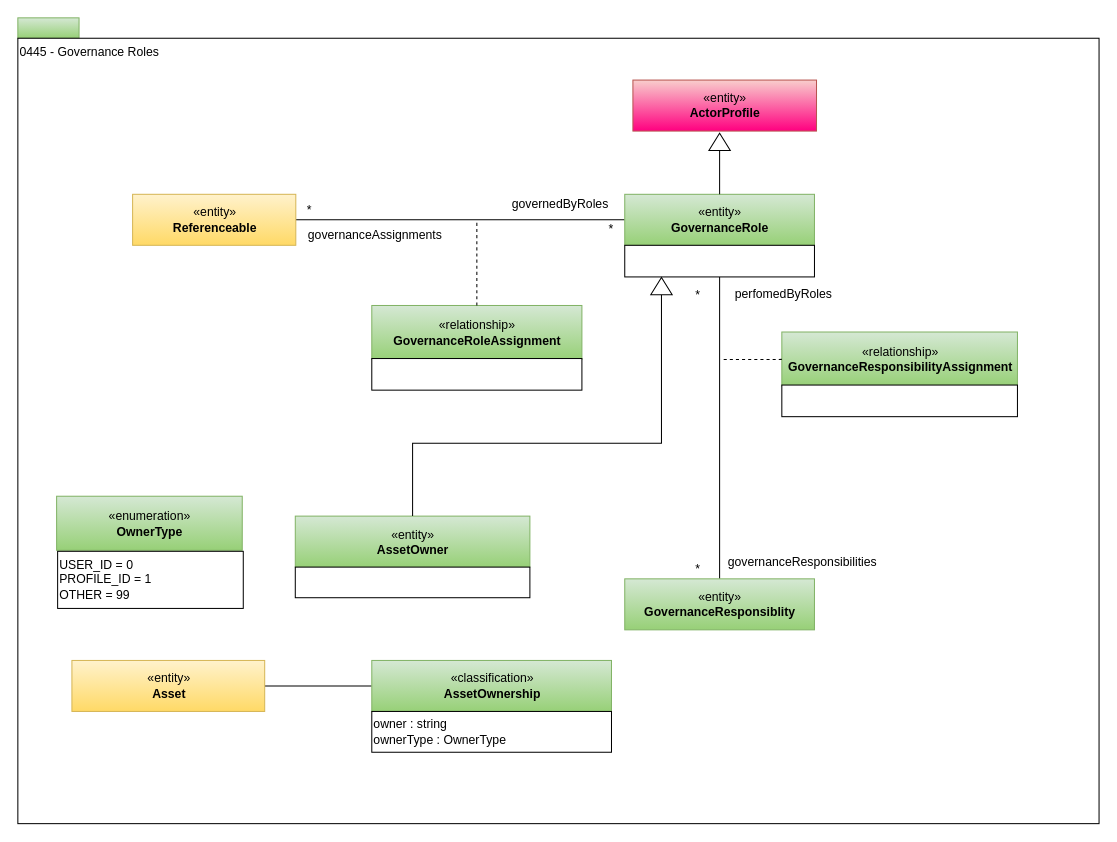
Before: page "0445-Governance-Roles" (8 of 9) of open-metadata-publication/website/open-metadata-types/area-4-governance.drawio in planetf1/egeria, a draw.io diagram. Source tidied: cells renumbered, new cells numbered last; positions are measured from the earlier drawing's top-left corner, leaving out a move shared by most shapes. Both pictures are drawn from the tidied source at 102%, with x=0, y=0 at pixel (17, 17).
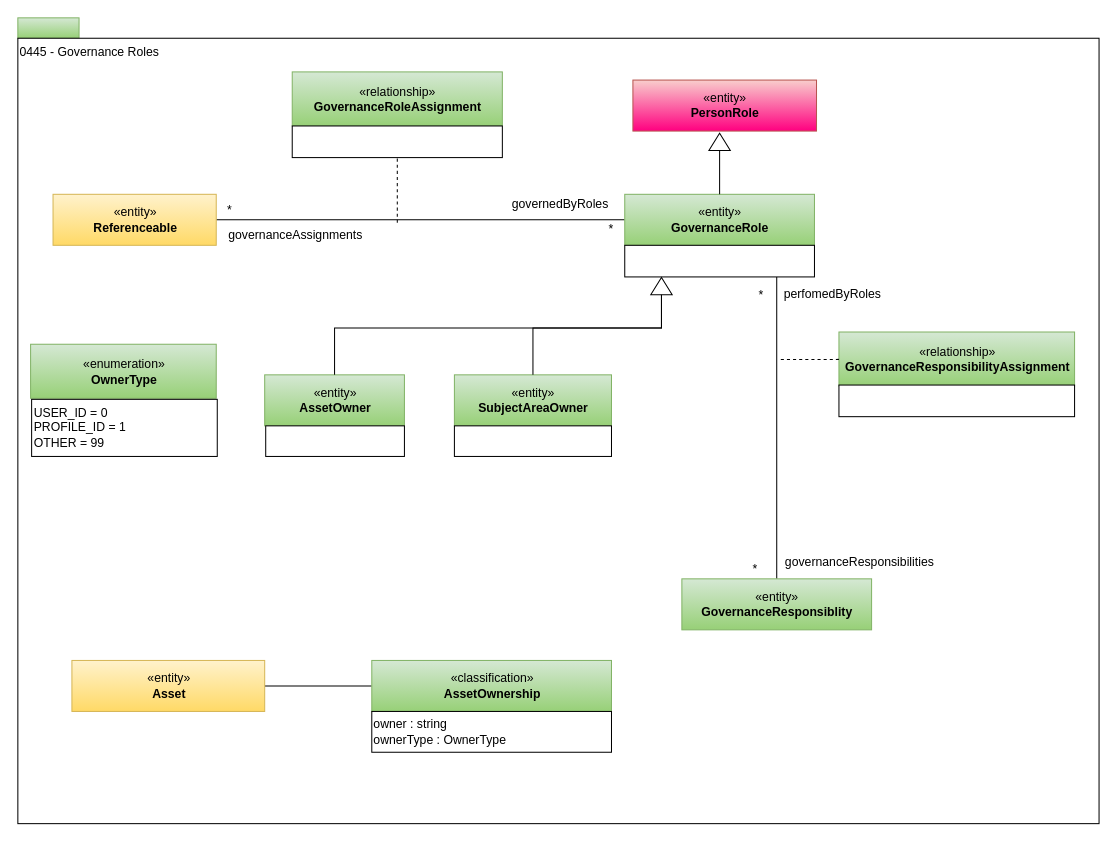
Above is the later version.

The change refers to these unchanged cells:
```xml
<mxCell id="25" style="rounded=0;whiteSpace=wrap;html=1;strokeColor=#000000;gradientColor=#ffffff;align=left;" parent="1" vertex="1">
  <mxGeometry x="595" y="223" width="186" height="31" as="geometry" />
</mxCell>
<mxCell id="30" style="triangle;whiteSpace=wrap;html=1;strokeColor=#000000;gradientColor=#ffffff;align=center;rotation=-90;" parent="1" vertex="1">
  <mxGeometry x="622.5" y="252.5" width="17" height="21" as="geometry" />
</mxCell>
```

What changed in the source:
```diff
@@
     <mxCell id="5" value="«entity»&lt;br&gt;&lt;b&gt;Referenceable&lt;/b&gt;" style="html=1;strokeColor=#d6b656;align=center;fillColor=#fff2cc;gradientColor=#ffd966;" parent="1" vertex="1">
-      <mxGeometry x="112.5" y="173" width="160" height="50" as="geometry" />
+      <mxGeometry x="34.5" y="173" width="160" height="50" as="geometry" />
     </mxCell>
@@
     <mxCell id="8" value="«relationship»&lt;br&gt;&lt;b&gt;GovernanceRoleAssignment&lt;/b&gt;" style="html=1;strokeColor=#82b366;align=center;fillColor=#d5e8d4;gradientColor=#97d077;" parent="1" vertex="1">
-      <mxGeometry x="347" y="282" width="206" height="53" as="geometry" />
+      <mxGeometry x="269" y="53" width="206" height="53" as="geometry" />
     </mxCell>
     <mxCell id="9" style="endArrow=none;dashed=1;html=1;" parent="1" edge="1" target="8">
       <mxGeometry relative="1" as="geometry">
-        <mxPoint x="450" y="201" as="sourcePoint" />
+        <mxPoint x="372" y="201" as="sourcePoint" />
       </mxGeometry>
     </mxCell>
     <mxCell id="10" style="rounded=0;whiteSpace=wrap;html=1;strokeColor=#000000;gradientColor=#ffffff;align=left;" parent="1" vertex="1">
-      <mxGeometry x="347" y="334" width="206" height="31" as="geometry" />
+      <mxGeometry x="269" y="106" width="206" height="31" as="geometry" />
     </mxCell>
@@
     <mxCell id="12" value="governanceAssignments" style="text;html=1;strokeColor=none;fillColor=none;align=center;verticalAlign=middle;whiteSpace=wrap;rounded=0;" parent="1" vertex="1">
-      <mxGeometry x="282.5" y="203" width="135" height="20" as="geometry" />
+      <mxGeometry x="204.5" y="203" width="135" height="20" as="geometry" />
     </mxCell>
     <mxCell id="13" value="*" style="text;html=1;strokeColor=none;fillColor=none;align=center;verticalAlign=middle;whiteSpace=wrap;rounded=0;" parent="1" vertex="1">
-      <mxGeometry x="272.5" y="180" width="26" height="18" as="geometry" />
+      <mxGeometry x="194.5" y="180" width="26" height="18" as="geometry" />
     </mxCell>
-    <mxCell id="14" value="«entity»&lt;br&gt;&lt;b&gt;ActorProfile&lt;/b&gt;" style="html=1;strokeColor=#b85450;align=center;fillColor=#f8cecc;gradientColor=#FF0080;" parent="1" vertex="1">
+    <mxCell id="14" value="«entity»&lt;br&gt;&lt;b&gt;PersonRole&lt;/b&gt;" style="html=1;strokeColor=#b85450;align=center;fillColor=#f8cecc;gradientColor=#FF0080;" parent="1" vertex="1">
       <mxGeometry x="603" y="61" width="180" height="50" as="geometry" />
     </mxCell>
@@
-    <mxCell id="17" style="edgeStyle=orthogonalEdgeStyle;rounded=0;html=1;jettySize=auto;endArrow=none;endFill=0;" parent="1" edge="1" source="26" target="25">
-      <mxGeometry relative="1" as="geometry" />
+    <mxCell id="17" style="edgeStyle=orthogonalEdgeStyle;rounded=0;html=1;jettySize=auto;endArrow=none;endFill=0;" parent="1" edge="1" source="26">
+      <mxGeometry relative="1" as="geometry">
+        <mxPoint x="744" y="254" as="targetPoint" />
+      </mxGeometry>
     </mxCell>
     <mxCell id="18" value="*" style="text;html=1;strokeColor=none;fillColor=none;align=center;verticalAlign=middle;whiteSpace=wrap;rounded=0;" parent="1" vertex="1">
-      <mxGeometry x="653.5" y="263" width="26" height="18" as="geometry" />
+      <mxGeometry x="715.5" y="263" width="26" height="18" as="geometry" />
     </mxCell>
     <mxCell id="19" value="«relationship»&lt;br&gt;&lt;b&gt;GovernanceResponsibilityAssignment&lt;/b&gt;" style="html=1;strokeColor=#82b366;align=center;fillColor=#d5e8d4;gradientColor=#97d077;" parent="1" vertex="1">
-      <mxGeometry x="749" y="308" width="231" height="53" as="geometry" />
+      <mxGeometry x="805" y="308" width="231" height="53" as="geometry" />
     </mxCell>
     <mxCell id="20" style="endArrow=none;dashed=1;html=1;" parent="1" edge="1" target="19">
       <mxGeometry relative="1" as="geometry">
-        <mxPoint x="692" y="335" as="sourcePoint" />
+        <mxPoint x="748" y="335" as="sourcePoint" />
       </mxGeometry>
     </mxCell>
     <mxCell id="21" style="rounded=0;whiteSpace=wrap;html=1;strokeColor=#000000;gradientColor=#ffffff;align=left;" parent="1" vertex="1">
-      <mxGeometry x="749" y="360" width="231" height="31" as="geometry" />
+      <mxGeometry x="805" y="360" width="231" height="31" as="geometry" />
     </mxCell>
     <mxCell id="22" value="perfomedByRoles" style="text;html=1;strokeColor=none;fillColor=none;align=center;verticalAlign=middle;whiteSpace=wrap;rounded=0;" parent="1" vertex="1">
-      <mxGeometry x="688" y="261" width="126" height="20" as="geometry" />
+      <mxGeometry x="736" y="261" width="126" height="20" as="geometry" />
     </mxCell>
     <mxCell id="23" value="governanceResponsibilities" style="text;html=1;strokeColor=none;fillColor=none;align=center;verticalAlign=middle;whiteSpace=wrap;rounded=0;" parent="1" vertex="1">
-      <mxGeometry x="702" y="524" width="135" height="20" as="geometry" />
+      <mxGeometry x="758" y="524" width="135" height="20" as="geometry" />
     </mxCell>
     <mxCell id="24" value="*" style="text;html=1;strokeColor=none;fillColor=none;align=center;verticalAlign=middle;whiteSpace=wrap;rounded=0;" parent="1" vertex="1">
-      <mxGeometry x="653.5" y="532" width="26" height="18" as="geometry" />
+      <mxGeometry x="709.5" y="532" width="26" height="18" as="geometry" />
     </mxCell>
@@
     <mxCell id="26" value="«entity»&lt;br&gt;&lt;b&gt;GovernanceResponsiblity&lt;/b&gt;" style="html=1;strokeColor=#82b366;align=center;fillColor=#d5e8d4;gradientColor=#97d077;" parent="1" vertex="1">
-      <mxGeometry x="595" y="550" width="186" height="50" as="geometry" />
+      <mxGeometry x="651" y="550" width="186" height="50" as="geometry" />
     </mxCell>
-    <mxCell id="27" value="«entity»&lt;br&gt;&lt;b&gt;AssetOwner&lt;/b&gt;" style="html=1;strokeColor=#82b366;align=center;fillColor=#d5e8d4;gradientColor=#97d077;" parent="1" vertex="1">
-      <mxGeometry x="272" y="488.5" width="230" height="50" as="geometry" />
+    <mxCell id="27" value="«entity»&lt;br&gt;&lt;b&gt;SubjectAreaOwner&lt;/b&gt;" style="html=1;strokeColor=#82b366;align=center;fillColor=#d5e8d4;gradientColor=#97d077;" parent="1" vertex="1">
+      <mxGeometry x="428" y="350" width="154" height="50" as="geometry" />
     </mxCell>
     <mxCell id="28" style="rounded=0;whiteSpace=wrap;html=1;align=left;" parent="1" vertex="1">
-      <mxGeometry x="272" y="538.5" width="230" height="30" as="geometry" />
+      <mxGeometry x="428" y="400" width="154" height="30" as="geometry" />
     </mxCell>
     <mxCell id="29" style="edgeStyle=orthogonalEdgeStyle;rounded=0;html=1;exitX=0;exitY=0.5;entryX=0.5;entryY=0;jettySize=auto;endArrow=none;endFill=0;" parent="1" edge="1" source="30" target="27">
       <mxGeometry relative="1" as="geometry">
         <Array as="points">
-          <mxPoint x="631" y="417" />
-          <mxPoint x="387" y="417" />
+          <mxPoint x="631" y="304" />
+          <mxPoint x="505" y="304" />
         </Array>
       </mxGeometry>
     </mxCell>
@@
     <mxCell id="35" value="«enumeration»&lt;br&gt;&lt;b&gt;OwnerType&lt;/b&gt;" style="html=1;strokeColor=#82b366;align=center;fillColor=#d5e8d4;gradientColor=#97d077;" parent="1" vertex="1">
-      <mxGeometry x="38" y="469" width="182" height="53" as="geometry" />
+      <mxGeometry x="12.5" y="320" width="182" height="53" as="geometry" />
     </mxCell>
     <mxCell id="36" value="USER_ID = 0&lt;br&gt;PROFILE_ID = 1&lt;br&gt;OTHER = 99&lt;br&gt;" style="rounded=0;whiteSpace=wrap;html=1;strokeColor=#000000;gradientColor=#ffffff;align=left;" parent="1" vertex="1">
-      <mxGeometry x="39" y="523" width="182" height="56" as="geometry" />
+      <mxGeometry x="13.5" y="374" width="182" height="56" as="geometry" />
     </mxCell>
+    <mxCell id="37" value="«entity»&lt;br&gt;&lt;b&gt;AssetOwner&lt;/b&gt;" style="html=1;strokeColor=#82b366;align=center;fillColor=#d5e8d4;gradientColor=#97d077;" parent="1" vertex="1">
+      <mxGeometry x="242" y="350" width="137" height="50" as="geometry" />
+    </mxCell>
+    <mxCell id="38" style="rounded=0;whiteSpace=wrap;html=1;align=left;" parent="1" vertex="1">
+      <mxGeometry x="243" y="400" width="136" height="30" as="geometry" />
+    </mxCell>
+    <mxCell id="39" style="edgeStyle=orthogonalEdgeStyle;rounded=0;html=1;exitX=0;exitY=0.5;entryX=0.5;entryY=0;jettySize=auto;endArrow=none;endFill=0;exitDx=0;exitDy=0;" parent="1" edge="1" source="30" target="37">
+      <mxGeometry relative="1" as="geometry">
+        <Array as="points">
+          <mxPoint x="631" y="304" />
+          <mxPoint x="311" y="304" />
+        </Array>
+      </mxGeometry>
+    </mxCell>
```
